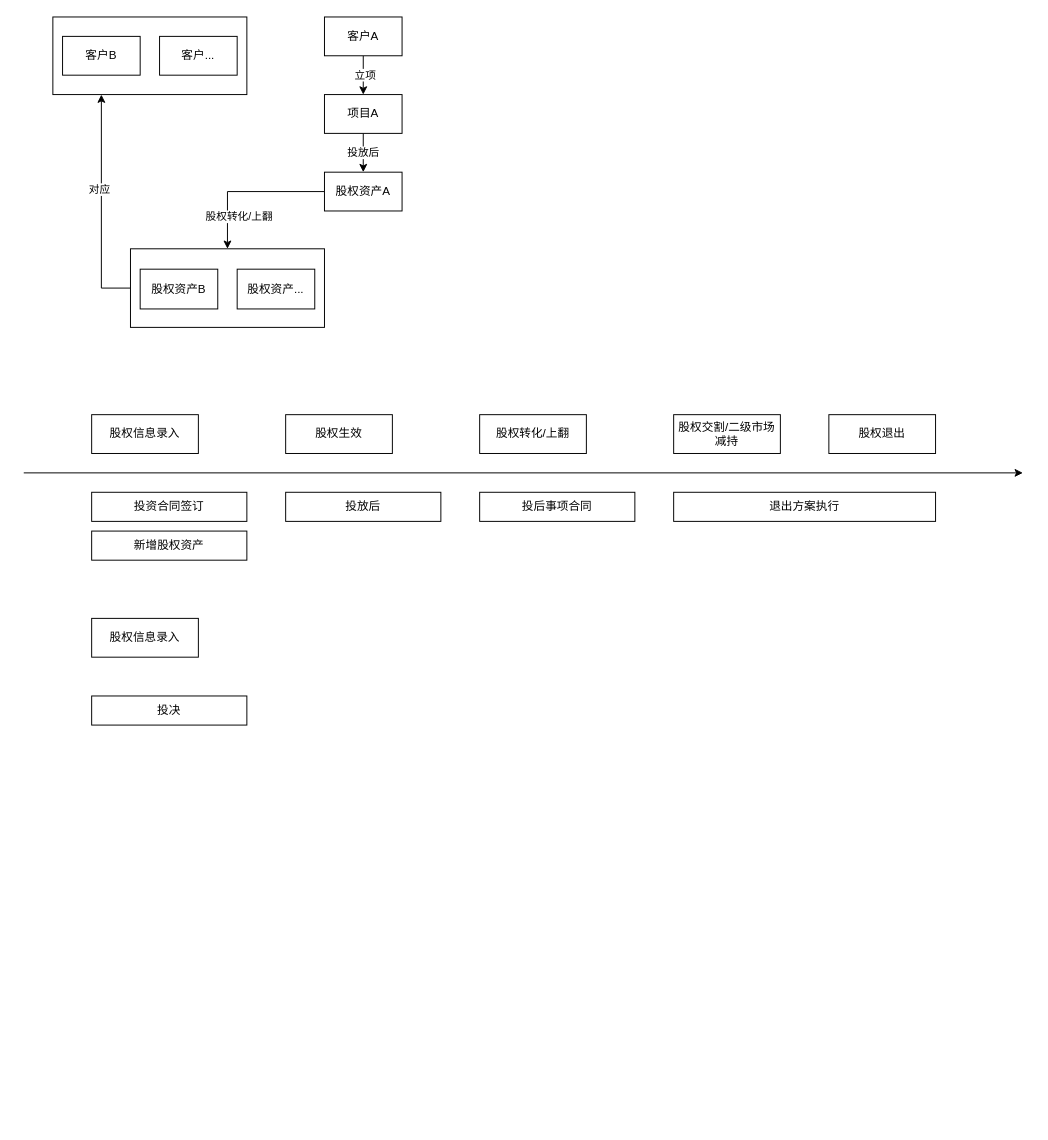
Before: 业务.drawio in BxcGit/draw, a draw.io diagram. Source tidied: cells renumbered, new cells numbered last; positions are measured from the earlier drawing's top-left corner, leaving out a move shared by most shapes. Both pictures are drawn from the tidied source at 97%, with x=0, y=0 at pixel (23, 16).
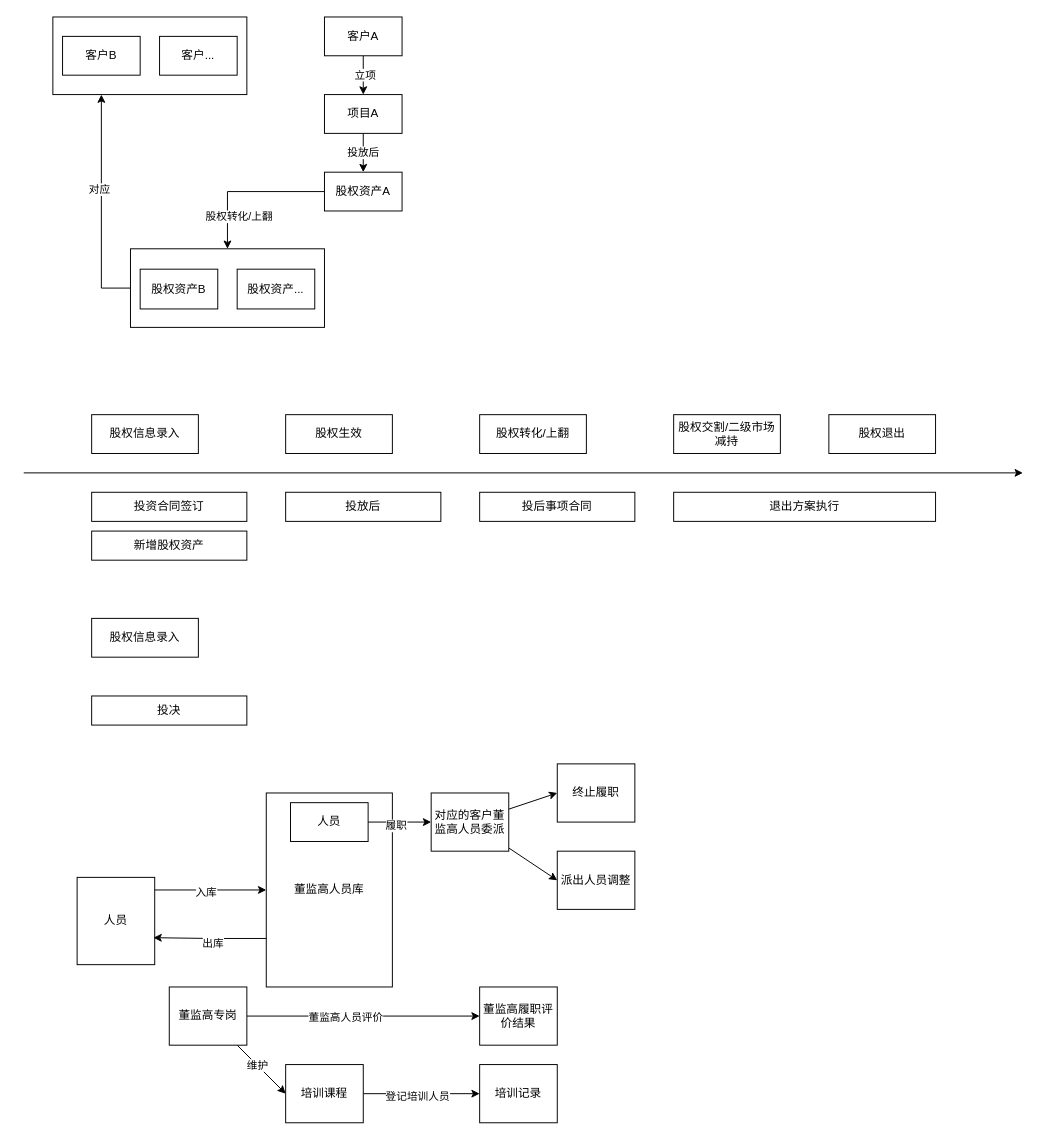
After the change.

Diff of the diagram source:
```diff
@@
+    <mxCell id="32" style="rounded=0;orthogonalLoop=1;jettySize=auto;html=1;entryX=0;entryY=0.5;entryDx=0;entryDy=0;" parent="1" edge="1">
+      <mxGeometry relative="1" as="geometry">
+        <mxPoint x="110" y="900" as="sourcePoint" />
+        <mxPoint x="250" y="900" as="targetPoint" />
+      </mxGeometry>
+    </mxCell>
+    <mxCell id="33" value="入库" style="edgeLabel;html=1;align=center;verticalAlign=middle;" parent="32" vertex="1">
+      <mxGeometry x="0.1" y="-2" relative="1" as="geometry" />
+    </mxCell>
+    <mxCell id="34" value="人员" style="rounded=0;whiteSpace=wrap;html=1;" parent="1" vertex="1">
+      <mxGeometry x="55" y="887" width="80" height="90" as="geometry" />
+    </mxCell>
+    <mxCell id="35" value="董监高人员库" style="rounded=0;whiteSpace=wrap;html=1;" parent="1" vertex="1">
+      <mxGeometry x="250" y="800" width="130" height="200" as="geometry" />
+    </mxCell>
+    <mxCell id="36" style="rounded=0;jettySize=auto;html=1;entryX=0;entryY=0.5;entryDx=0;entryDy=0;" parent="1" edge="1" source="38" target="39">
+      <mxGeometry relative="1" as="geometry" />
+    </mxCell>
+    <mxCell id="37" style="rounded=0;jettySize=auto;html=1;entryX=0;entryY=0.5;entryDx=0;entryDy=0;" parent="1" edge="1" source="38" target="45">
+      <mxGeometry relative="1" as="geometry" />
+    </mxCell>
+    <mxCell id="38" value="对应的客户董监高人员委派" style="rounded=0;whiteSpace=wrap;html=1;" parent="1" vertex="1">
+      <mxGeometry x="420" y="800" width="80" height="60" as="geometry" />
+    </mxCell>
+    <mxCell id="39" value="终止履职" style="rounded=0;whiteSpace=wrap;html=1;" parent="1" vertex="1">
+      <mxGeometry x="550" y="770" width="80" height="60" as="geometry" />
+    </mxCell>
+    <mxCell id="40" value="人员" style="rounded=0;whiteSpace=wrap;html=1;" parent="1" vertex="1">
+      <mxGeometry x="275" y="810" width="80" height="40" as="geometry" />
+    </mxCell>
+    <mxCell id="41" style="edgeStyle=orthogonalEdgeStyle;rounded=0;jettySize=auto;html=1;entryX=0;entryY=0.5;entryDx=0;entryDy=0;exitX=1;exitY=0.5;exitDx=0;exitDy=0;" parent="1" edge="1" source="40" target="38">
+      <mxGeometry relative="1" as="geometry" />
+    </mxCell>
+    <mxCell id="42" value="履职" style="edgeLabel;html=1;align=center;verticalAlign=middle;" parent="41" vertex="1">
+      <mxGeometry x="-0.14" y="-3" relative="1" as="geometry" />
+    </mxCell>
+    <mxCell id="43" style="edgeStyle=orthogonalEdgeStyle;rounded=0;jettySize=auto;html=1;exitX=0;exitY=0.75;exitDx=0;exitDy=0;entryX=0.984;entryY=0.691;entryDx=0;entryDy=0;entryPerimeter=0;" parent="1" edge="1" source="35" target="34">
+      <mxGeometry relative="1" as="geometry" />
+    </mxCell>
+    <mxCell id="44" value="出库" style="edgeLabel;html=1;align=center;verticalAlign=middle;" parent="43" vertex="1">
+      <mxGeometry x="-0.02" y="2" relative="1" as="geometry">
+        <mxPoint x="1" y="2" as="offset" />
+      </mxGeometry>
+    </mxCell>
+    <mxCell id="45" value="派出人员调整" style="rounded=0;whiteSpace=wrap;html=1;" parent="1" vertex="1">
+      <mxGeometry x="550" y="860" width="80" height="60" as="geometry" />
+    </mxCell>
+    <mxCell id="46" style="rounded=0;jettySize=auto;html=1;entryX=0;entryY=0.5;entryDx=0;entryDy=0;" parent="1" edge="1" source="50" target="51">
+      <mxGeometry relative="1" as="geometry" />
+    </mxCell>
+    <mxCell id="47" value="董监高人员评价" style="edgeLabel;html=1;align=center;verticalAlign=middle;" parent="46" vertex="1">
+      <mxGeometry x="-0.16" y="-1" relative="1" as="geometry" />
+    </mxCell>
+    <mxCell id="48" style="rounded=0;jettySize=auto;html=1;entryX=0;entryY=0.5;entryDx=0;entryDy=0;" parent="1" edge="1" source="50" target="54">
+      <mxGeometry relative="1" as="geometry" />
+    </mxCell>
+    <mxCell id="49" value="维护" style="edgeLabel;html=1;align=center;verticalAlign=middle;" parent="48" vertex="1">
+      <mxGeometry x="-0.19" relative="1" as="geometry" />
+    </mxCell>
+    <mxCell id="50" value="董监高专岗" style="rounded=0;whiteSpace=wrap;html=1;" parent="1" vertex="1">
+      <mxGeometry x="150" y="1000" width="80" height="60" as="geometry" />
+    </mxCell>
+    <mxCell id="51" value="董监高履职评价结果" style="rounded=0;whiteSpace=wrap;html=1;" parent="1" vertex="1">
+      <mxGeometry x="470" y="1000" width="80" height="60" as="geometry" />
+    </mxCell>
+    <mxCell id="52" style="edgeStyle=orthogonalEdgeStyle;rounded=0;jettySize=auto;html=1;entryX=0;entryY=0.5;entryDx=0;entryDy=0;" parent="1" edge="1" source="54" target="55">
+      <mxGeometry relative="1" as="geometry" />
+    </mxCell>
+    <mxCell id="53" value="登记培训人员" style="edgeLabel;html=1;align=center;verticalAlign=middle;" parent="52" vertex="1">
+      <mxGeometry x="-0.09" y="-2" relative="1" as="geometry" />
+    </mxCell>
+    <mxCell id="54" value="培训课程" style="rounded=0;whiteSpace=wrap;html=1;" parent="1" vertex="1">
+      <mxGeometry x="270" y="1080" width="80" height="60" as="geometry" />
+    </mxCell>
+    <mxCell id="55" value="培训记录" style="rounded=0;whiteSpace=wrap;html=1;" parent="1" vertex="1">
+      <mxGeometry x="470" y="1080" width="80" height="60" as="geometry" />
+    </mxCell>
```
